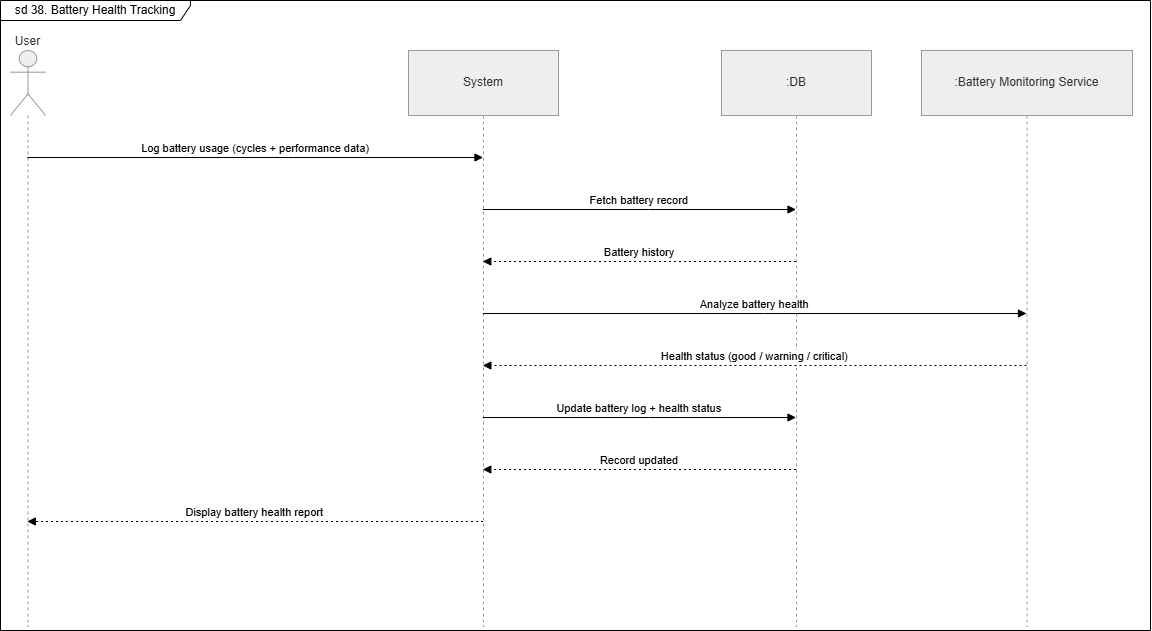
The draw.io diagram SE Project/Sequence Diagrams/seq(38).drawio.png in M7moudAbdallah01/P2P-Specialized-Tool-Library-SE1-, before a commit. Source tidied: cells renumbered, new cells last; positions are measured from the earlier drawing's top-left corner, leaving out a move shared by most shapes. The source it was exported from:
```xml
<mxGraphModel>
  <root>
    <mxCell id="0" />
    <mxCell id="1" parent="0" />
    <mxCell id="2" value="User" style="shape=umlLifeline;perimeter=lifelinePerimeter;whiteSpace=wrap;outlineConnect=0;portConstraint=eastwest;newEdgeStyle={&quot;edgeStyle&quot;:&quot;elbowEdgeStyle&quot;,&quot;elbow&quot;:&quot;vertical&quot;,&quot;curved&quot;:0,&quot;rounded&quot;:0};participant=umlActor;verticalAlign=bottom;labelPosition=center;verticalLabelPosition=top;align=center;size=65;fillColor=light-dark(#eeeeee,#1f2020);strokeColor=light-dark(#999999,#cccccc);fontColor=light-dark(#333333,#cccccc);" parent="1" vertex="1">
      <mxGeometry x="10" y="50" width="35" height="576" as="geometry" />
    </mxCell>
    <mxCell id="3" value="System" style="shape=umlLifeline;perimeter=lifelinePerimeter;whiteSpace=wrap;outlineConnect=0;portConstraint=eastwest;newEdgeStyle={&quot;edgeStyle&quot;:&quot;elbowEdgeStyle&quot;,&quot;elbow&quot;:&quot;vertical&quot;,&quot;curved&quot;:0,&quot;rounded&quot;:0};size=65;fillColor=light-dark(#eeeeee,#1f2020);strokeColor=light-dark(#999999,#cccccc);fontColor=light-dark(#333333,#cccccc);" parent="1" vertex="1">
      <mxGeometry x="408" y="50" width="150" height="576" as="geometry" />
    </mxCell>
    <mxCell id="4" value=":DB" style="shape=umlLifeline;perimeter=lifelinePerimeter;whiteSpace=wrap;outlineConnect=0;portConstraint=eastwest;newEdgeStyle={&quot;edgeStyle&quot;:&quot;elbowEdgeStyle&quot;,&quot;elbow&quot;:&quot;vertical&quot;,&quot;curved&quot;:0,&quot;rounded&quot;:0};size=65;fillColor=light-dark(#eeeeee,#1f2020);strokeColor=light-dark(#999999,#cccccc);fontColor=light-dark(#333333,#cccccc);" parent="1" vertex="1">
      <mxGeometry x="721" y="50" width="150" height="576" as="geometry" />
    </mxCell>
    <mxCell id="5" value=":Battery Monitoring Service" style="shape=umlLifeline;perimeter=lifelinePerimeter;whiteSpace=wrap;outlineConnect=0;portConstraint=eastwest;newEdgeStyle={&quot;edgeStyle&quot;:&quot;elbowEdgeStyle&quot;,&quot;elbow&quot;:&quot;vertical&quot;,&quot;curved&quot;:0,&quot;rounded&quot;:0};size=65;fillColor=light-dark(#eeeeee,#1f2020);strokeColor=light-dark(#999999,#cccccc);fontColor=light-dark(#333333,#cccccc);" parent="1" vertex="1">
      <mxGeometry x="921" y="50" width="211" height="576" as="geometry" />
    </mxCell>
    <mxCell id="6" value="Log battery usage (cycles + performance data)" style="verticalAlign=bottom;edgeStyle=elbowEdgeStyle;elbow=vertical;curved=0;rounded=0;endArrow=block;" parent="1" edge="1" source="2" target="3">
      <mxGeometry relative="1" as="geometry">
        <Array as="points">
          <mxPoint x="293" y="157" />
        </Array>
      </mxGeometry>
    </mxCell>
    <mxCell id="7" value="Fetch battery record" style="verticalAlign=bottom;edgeStyle=elbowEdgeStyle;elbow=vertical;curved=0;rounded=0;endArrow=block;" parent="1" edge="1" source="3" target="4">
      <mxGeometry relative="1" as="geometry">
        <Array as="points">
          <mxPoint x="648" y="209" />
        </Array>
      </mxGeometry>
    </mxCell>
    <mxCell id="8" value="Battery history" style="verticalAlign=bottom;edgeStyle=elbowEdgeStyle;elbow=vertical;curved=0;rounded=0;dashed=1;dashPattern=2 3;endArrow=block;" parent="1" edge="1" source="4" target="3">
      <mxGeometry relative="1" as="geometry">
        <Array as="points">
          <mxPoint x="651" y="261" />
        </Array>
      </mxGeometry>
    </mxCell>
    <mxCell id="9" value="Analyze battery health" style="verticalAlign=bottom;edgeStyle=elbowEdgeStyle;elbow=vertical;curved=0;rounded=0;endArrow=block;" parent="1" edge="1" source="3" target="5">
      <mxGeometry relative="1" as="geometry">
        <Array as="points">
          <mxPoint x="763" y="313" />
        </Array>
      </mxGeometry>
    </mxCell>
    <mxCell id="10" value="Health status (good / warning / critical)" style="verticalAlign=bottom;edgeStyle=elbowEdgeStyle;elbow=vertical;curved=0;rounded=0;dashed=1;dashPattern=2 3;endArrow=block;" parent="1" edge="1" source="5" target="3">
      <mxGeometry relative="1" as="geometry">
        <Array as="points">
          <mxPoint x="766" y="365" />
        </Array>
      </mxGeometry>
    </mxCell>
    <mxCell id="11" value="Update battery log + health status" style="verticalAlign=bottom;edgeStyle=elbowEdgeStyle;elbow=vertical;curved=0;rounded=0;endArrow=block;" parent="1" edge="1" source="3" target="4">
      <mxGeometry relative="1" as="geometry">
        <Array as="points">
          <mxPoint x="648" y="417" />
        </Array>
      </mxGeometry>
    </mxCell>
    <mxCell id="12" value="Record updated" style="verticalAlign=bottom;edgeStyle=elbowEdgeStyle;elbow=vertical;curved=0;rounded=0;dashed=1;dashPattern=2 3;endArrow=block;" parent="1" edge="1" source="4" target="3">
      <mxGeometry relative="1" as="geometry">
        <Array as="points">
          <mxPoint x="651" y="469" />
        </Array>
      </mxGeometry>
    </mxCell>
    <mxCell id="13" value="Display battery health report" style="verticalAlign=bottom;edgeStyle=elbowEdgeStyle;elbow=vertical;curved=0;rounded=0;dashed=1;dashPattern=2 3;endArrow=block;" parent="1" edge="1" source="3" target="2">
      <mxGeometry relative="1" as="geometry">
        <Array as="points">
          <mxPoint x="296" y="521" />
        </Array>
      </mxGeometry>
    </mxCell>
    <mxCell id="14" value="sd 38. Battery Health Tracking" style="shape=umlFrame;whiteSpace=wrap;html=1;width=190;height=20;" parent="1" vertex="1">
      <mxGeometry width="1150" height="630" as="geometry" />
    </mxCell>
  </root>
</mxGraphModel>
```
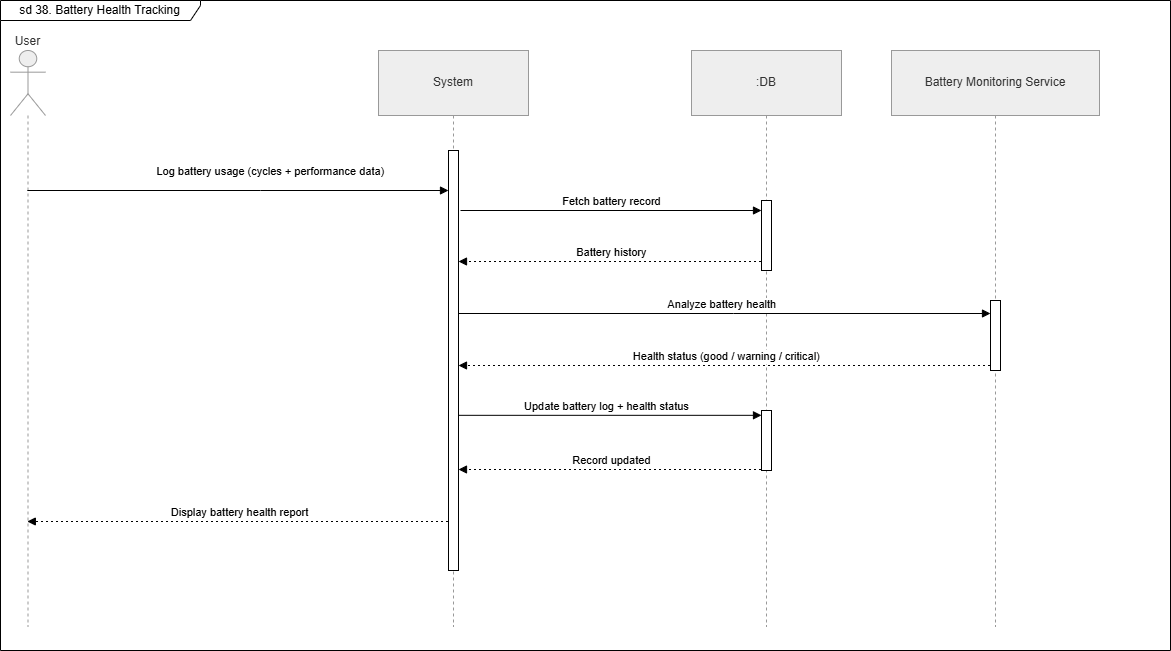
After the commit.

Change to the diagram source:
```diff
@@ -3,7 +3,7 @@
     <mxCell id="0" />
     <mxCell id="1" parent="0" />
     <mxCell id="2" value="User" style="shape=umlLifeline;perimeter=lifelinePerimeter;whiteSpace=wrap;outlineConnect=0;portConstraint=eastwest;newEdgeStyle={&quot;edgeStyle&quot;:&quot;elbowEdgeStyle&quot;,&quot;elbow&quot;:&quot;vertical&quot;,&quot;curved&quot;:0,&quot;rounded&quot;:0};participant=umlActor;verticalAlign=bottom;labelPosition=center;verticalLabelPosition=top;align=center;size=65;fillColor=light-dark(#eeeeee,#1f2020);strokeColor=light-dark(#999999,#cccccc);fontColor=light-dark(#333333,#cccccc);" parent="1" vertex="1">
-      <mxGeometry x="10" y="50" width="35" height="576" as="geometry" />
+      <mxGeometry x="40" y="50" width="35" height="576" as="geometry" />
     </mxCell>
     <mxCell id="3" value="System" style="shape=umlLifeline;perimeter=lifelinePerimeter;whiteSpace=wrap;outlineConnect=0;portConstraint=eastwest;newEdgeStyle={&quot;edgeStyle&quot;:&quot;elbowEdgeStyle&quot;,&quot;elbow&quot;:&quot;vertical&quot;,&quot;curved&quot;:0,&quot;rounded&quot;:0};size=65;fillColor=light-dark(#eeeeee,#1f2020);strokeColor=light-dark(#999999,#cccccc);fontColor=light-dark(#333333,#cccccc);" parent="1" vertex="1">
       <mxGeometry x="408" y="50" width="150" height="576" as="geometry" />
@@ -11,52 +11,42 @@
     <mxCell id="4" value=":DB" style="shape=umlLifeline;perimeter=lifelinePerimeter;whiteSpace=wrap;outlineConnect=0;portConstraint=eastwest;newEdgeStyle={&quot;edgeStyle&quot;:&quot;elbowEdgeStyle&quot;,&quot;elbow&quot;:&quot;vertical&quot;,&quot;curved&quot;:0,&quot;rounded&quot;:0};size=65;fillColor=light-dark(#eeeeee,#1f2020);strokeColor=light-dark(#999999,#cccccc);fontColor=light-dark(#333333,#cccccc);" parent="1" vertex="1">
       <mxGeometry x="721" y="50" width="150" height="576" as="geometry" />
     </mxCell>
-    <mxCell id="5" value=":Battery Monitoring Service" style="shape=umlLifeline;perimeter=lifelinePerimeter;whiteSpace=wrap;outlineConnect=0;portConstraint=eastwest;newEdgeStyle={&quot;edgeStyle&quot;:&quot;elbowEdgeStyle&quot;,&quot;elbow&quot;:&quot;vertical&quot;,&quot;curved&quot;:0,&quot;rounded&quot;:0};size=65;fillColor=light-dark(#eeeeee,#1f2020);strokeColor=light-dark(#999999,#cccccc);fontColor=light-dark(#333333,#cccccc);" parent="1" vertex="1">
-      <mxGeometry x="921" y="50" width="211" height="576" as="geometry" />
+    <mxCell id="5" value="Battery Monitoring Service" style="shape=umlLifeline;perimeter=lifelinePerimeter;whiteSpace=wrap;outlineConnect=0;portConstraint=eastwest;newEdgeStyle={&quot;edgeStyle&quot;:&quot;elbowEdgeStyle&quot;,&quot;elbow&quot;:&quot;vertical&quot;,&quot;curved&quot;:0,&quot;rounded&quot;:0};size=65;fillColor=light-dark(#eeeeee,#1f2020);strokeColor=light-dark(#999999,#cccccc);fontColor=light-dark(#333333,#cccccc);" parent="1" vertex="1">
+      <mxGeometry x="921" y="50" width="208" height="576" as="geometry" />
     </mxCell>
-    <mxCell id="6" value="Log battery usage (cycles + performance data)" style="verticalAlign=bottom;edgeStyle=elbowEdgeStyle;elbow=vertical;curved=0;rounded=0;endArrow=block;" parent="1" edge="1" source="2" target="3">
-      <mxGeometry relative="1" as="geometry">
+    <mxCell id="6" value="Log battery usage (cycles + performance data)" style="verticalAlign=bottom;edgeStyle=elbowEdgeStyle;elbow=vertical;curved=0;rounded=0;endArrow=block;" parent="1" edge="1" source="2" target="15">
+      <mxGeometry x="0.15" y="10" relative="1" as="geometry">
         <Array as="points">
-          <mxPoint x="293" y="157" />
+          <mxPoint x="290" y="190" />
+          <mxPoint x="470" y="150" />
         </Array>
       </mxGeometry>
     </mxCell>
-    <mxCell id="7" value="Fetch battery record" style="verticalAlign=bottom;edgeStyle=elbowEdgeStyle;elbow=vertical;curved=0;rounded=0;endArrow=block;" parent="1" edge="1" source="3" target="4">
-      <mxGeometry relative="1" as="geometry">
-        <Array as="points">
-          <mxPoint x="648" y="209" />
-        </Array>
-      </mxGeometry>
-    </mxCell>
-    <mxCell id="8" value="Battery history" style="verticalAlign=bottom;edgeStyle=elbowEdgeStyle;elbow=vertical;curved=0;rounded=0;dashed=1;dashPattern=2 3;endArrow=block;" parent="1" edge="1" source="4" target="3">
+    <mxCell id="8" value="Battery history" style="verticalAlign=bottom;edgeStyle=elbowEdgeStyle;elbow=vertical;curved=0;rounded=0;dashed=1;dashPattern=2 3;endArrow=block;" parent="1" edge="1" source="4" target="15">
       <mxGeometry relative="1" as="geometry">
         <Array as="points">
           <mxPoint x="651" y="261" />
         </Array>
       </mxGeometry>
     </mxCell>
-    <mxCell id="9" value="Analyze battery health" style="verticalAlign=bottom;edgeStyle=elbowEdgeStyle;elbow=vertical;curved=0;rounded=0;endArrow=block;" parent="1" edge="1" source="3" target="5">
+    <mxCell id="9" value="Analyze battery health" style="verticalAlign=bottom;edgeStyle=elbowEdgeStyle;elbow=vertical;curved=0;rounded=0;endArrow=block;" parent="1" edge="1" source="3" target="18">
       <mxGeometry relative="1" as="geometry">
         <Array as="points">
           <mxPoint x="763" y="313" />
         </Array>
       </mxGeometry>
     </mxCell>
-    <mxCell id="10" value="Health status (good / warning / critical)" style="verticalAlign=bottom;edgeStyle=elbowEdgeStyle;elbow=vertical;curved=0;rounded=0;dashed=1;dashPattern=2 3;endArrow=block;" parent="1" edge="1" source="5" target="3">
+    <mxCell id="10" value="Health status (good / warning / critical)" style="verticalAlign=bottom;edgeStyle=elbowEdgeStyle;elbow=vertical;curved=0;rounded=0;dashed=1;dashPattern=2 3;endArrow=block;" parent="1" edge="1" source="5" target="15">
       <mxGeometry relative="1" as="geometry">
         <Array as="points">
           <mxPoint x="766" y="365" />
         </Array>
       </mxGeometry>
     </mxCell>
-    <mxCell id="11" value="Update battery log + health status" style="verticalAlign=bottom;edgeStyle=elbowEdgeStyle;elbow=vertical;curved=0;rounded=0;endArrow=block;" parent="1" edge="1" source="3" target="4">
-      <mxGeometry relative="1" as="geometry">
-        <Array as="points">
-          <mxPoint x="648" y="417" />
-        </Array>
-      </mxGeometry>
+    <mxCell id="11" value="Update battery log + health status" style="verticalAlign=bottom;edgeStyle=elbowEdgeStyle;elbow=vertical;curved=0;rounded=0;endArrow=block;entryX=0;entryY=0;entryDx=0;entryDy=5;entryPerimeter=0;" parent="1" edge="1" source="3" target="17">
+      <mxGeometry relative="1" as="geometry" />
     </mxCell>
-    <mxCell id="12" value="Record updated" style="verticalAlign=bottom;edgeStyle=elbowEdgeStyle;elbow=vertical;curved=0;rounded=0;dashed=1;dashPattern=2 3;endArrow=block;" parent="1" edge="1" source="4" target="3">
+    <mxCell id="12" value="Record updated" style="verticalAlign=bottom;edgeStyle=elbowEdgeStyle;elbow=vertical;curved=0;rounded=0;dashed=1;dashPattern=2 3;endArrow=block;" parent="1" edge="1" source="4" target="15">
       <mxGeometry relative="1" as="geometry">
         <Array as="points">
           <mxPoint x="651" y="469" />
@@ -70,8 +60,25 @@
         </Array>
       </mxGeometry>
     </mxCell>
-    <mxCell id="14" value="sd 38. Battery Health Tracking" style="shape=umlFrame;whiteSpace=wrap;html=1;width=190;height=20;" parent="1" vertex="1">
-      <mxGeometry width="1150" height="630" as="geometry" />
+    <mxCell id="14" value="sd 38. Battery Health Tracking" style="shape=umlFrame;whiteSpace=wrap;html=1;width=200;height=20;" parent="1" vertex="1">
+      <mxGeometry x="30" width="1170" height="650" as="geometry" />
     </mxCell>
+    <mxCell id="15" style="html=1;points=[[0,0,0,0,5],[0,1,0,0,-5],[1,0,0,0,5],[1,1,0,0,-5]];perimeter=orthogonalPerimeter;outlineConnect=0;targetShapes=umlLifeline;portConstraint=eastwest;newEdgeStyle={&quot;curved&quot;:0,&quot;rounded&quot;:0};" parent="1" vertex="1">
+      <mxGeometry x="478" y="150" width="10" height="420" as="geometry" />
+    </mxCell>
+    <mxCell id="16" style="html=1;points=[[0,0,0,0,5],[0,1,0,0,-5],[1,0,0,0,5],[1,1,0,0,-5]];perimeter=orthogonalPerimeter;outlineConnect=0;targetShapes=umlLifeline;portConstraint=eastwest;newEdgeStyle={&quot;curved&quot;:0,&quot;rounded&quot;:0};" parent="1" vertex="1">
+      <mxGeometry x="791" y="200" width="10" height="70" as="geometry" />
+    </mxCell>
+    <mxCell id="17" style="html=1;points=[[0,0,0,0,5],[0,1,0,0,-5],[1,0,0,0,5],[1,1,0,0,-5]];perimeter=orthogonalPerimeter;outlineConnect=0;targetShapes=umlLifeline;portConstraint=eastwest;newEdgeStyle={&quot;curved&quot;:0,&quot;rounded&quot;:0};" parent="1" vertex="1">
+      <mxGeometry x="791" y="410" width="10" height="60" as="geometry" />
+    </mxCell>
+    <mxCell id="18" style="html=1;points=[[0,0,0,0,5],[0,1,0,0,-5],[1,0,0,0,5],[1,1,0,0,-5]];perimeter=orthogonalPerimeter;outlineConnect=0;targetShapes=umlLifeline;portConstraint=eastwest;newEdgeStyle={&quot;curved&quot;:0,&quot;rounded&quot;:0};" parent="1" vertex="1">
+      <mxGeometry x="1020" y="300" width="10" height="70" as="geometry" />
+    </mxCell>
+    <mxCell id="7" value="Fetch battery record" style="html=1;verticalAlign=bottom;endArrow=block;curved=0;rounded=0;" parent="1" edge="1" target="16">
+      <mxGeometry relative="1" as="geometry">
+        <mxPoint x="490" y="210" as="sourcePoint" />
+      </mxGeometry>
+    </mxCell>
   </root>
 </mxGraphModel>
```
